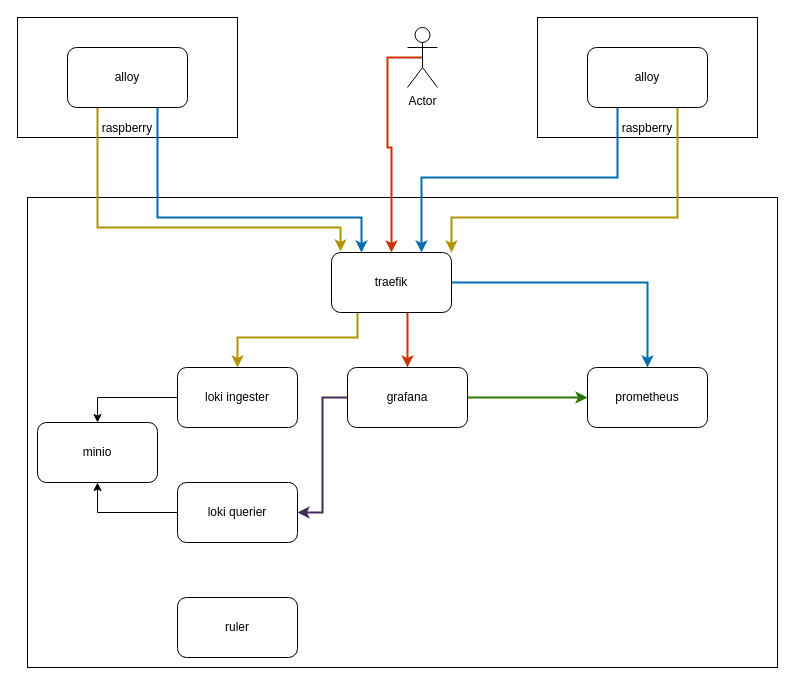
Earlier version of the draw.io diagram metricmind.drawio (mdiazn80/metricmind). Source tidied: cells renumbered, new cells numbered last; positions are measured from the earlier drawing's top-left corner, leaving out a move shared by most shapes. Both pictures are drawn from the tidied source at 100%, with x=0, y=0 at pixel (17, 17).
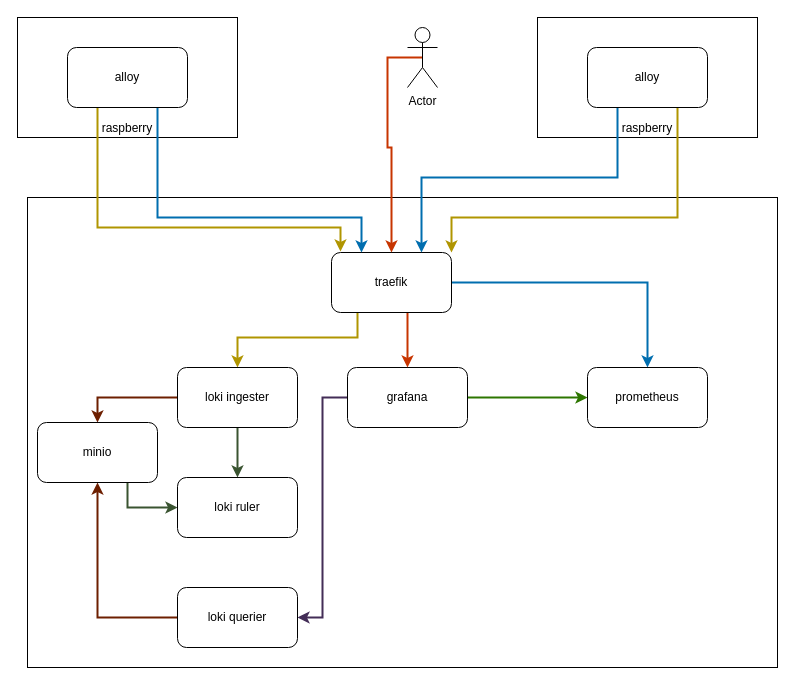
The same diagram, later.

Unchanged cells that the change refers to:
```xml
<mxCell id="18" value="loki ingester" style="rounded=1;whiteSpace=wrap;html=1;" parent="1" vertex="1">
  <mxGeometry x="160" y="350" width="120" height="60" as="geometry" />
</mxCell>
<mxCell id="25" value="minio" style="rounded=1;whiteSpace=wrap;html=1;" parent="1" vertex="1">
  <mxGeometry x="20" y="405" width="120" height="60" as="geometry" />
</mxCell>
```

Diff of the diagram source:
```diff
@@
-    <mxCell id="17" style="edgeStyle=orthogonalEdgeStyle;rounded=0;jettySize=auto;html=1;entryX=0.5;entryY=0;entryDx=0;entryDy=0;" parent="1" edge="1" source="18" target="25">
+    <mxCell id="17" style="edgeStyle=orthogonalEdgeStyle;rounded=0;jettySize=auto;html=1;entryX=0.5;entryY=0;entryDx=0;entryDy=0;fillColor=#a0522d;strokeColor=#6D1F00;strokeWidth=2;" parent="1" edge="1" source="18" target="25">
       <mxGeometry relative="1" as="geometry" />
     </mxCell>
+    <mxCell id="27" style="edgeStyle=orthogonalEdgeStyle;rounded=0;jettySize=auto;html=1;fillColor=#6d8764;strokeColor=#3A5431;strokeWidth=2;" parent="1" edge="1" source="18" target="26">
+      <mxGeometry relative="1" as="geometry" />
+    </mxCell>
@@
-    <mxCell id="23" style="edgeStyle=orthogonalEdgeStyle;rounded=0;jettySize=auto;html=1;entryX=0.5;entryY=1;entryDx=0;entryDy=0;" parent="1" edge="1" source="24" target="25">
+    <mxCell id="23" style="edgeStyle=orthogonalEdgeStyle;rounded=0;jettySize=auto;html=1;entryX=0.5;entryY=1;entryDx=0;entryDy=0;strokeWidth=2;fillColor=#a0522d;strokeColor=#6D1F00;" parent="1" edge="1" source="24" target="25">
       <mxGeometry relative="1" as="geometry" />
     </mxCell>
     <mxCell id="24" value="loki querier" style="rounded=1;whiteSpace=wrap;html=1;" parent="1" vertex="1">
-      <mxGeometry x="160" y="465" width="120" height="60" as="geometry" />
+      <mxGeometry x="160" y="570" width="120" height="60" as="geometry" />
     </mxCell>
+    <mxCell id="28" style="edgeStyle=orthogonalEdgeStyle;rounded=0;jettySize=auto;html=1;strokeWidth=2;fillColor=#6d8764;strokeColor=#3A5431;" parent="1" edge="1" source="25" target="26">
+      <mxGeometry relative="1" as="geometry">
+        <Array as="points">
+          <mxPoint x="110" y="490" />
+        </Array>
+      </mxGeometry>
+    </mxCell>
@@
-    <mxCell id="26" value="ruler" style="rounded=1;whiteSpace=wrap;html=1;" parent="1" vertex="1">
-      <mxGeometry x="160" y="580" width="120" height="60" as="geometry" />
+    <mxCell id="26" value="loki ruler" style="rounded=1;whiteSpace=wrap;html=1;" parent="1" vertex="1">
+      <mxGeometry x="160" y="460" width="120" height="60" as="geometry" />
     </mxCell>
```
